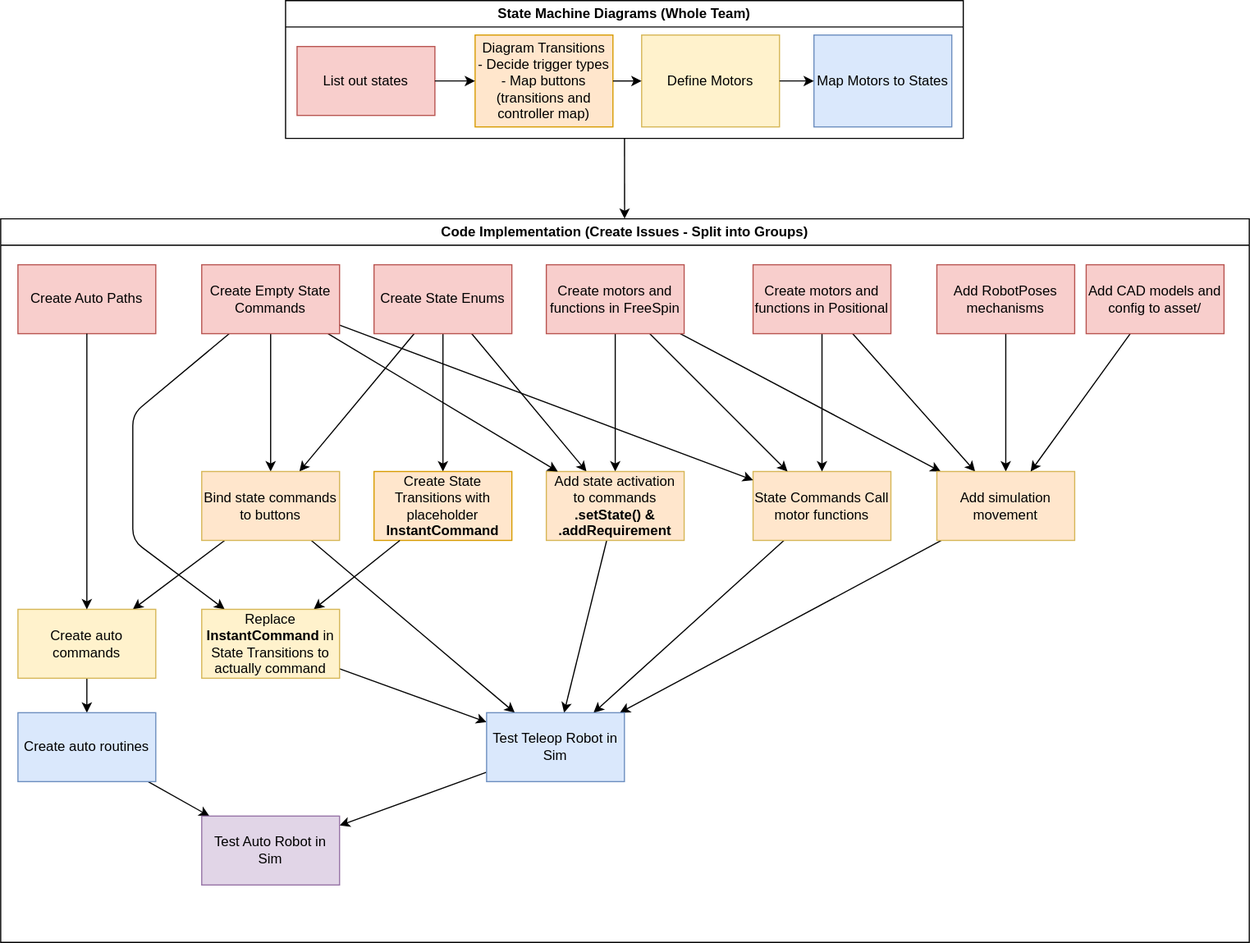
Before: design/program_order.drawio.svg, a diagram exported from draw.io (FRCTeam3255/2026_Offbot_Code). Source tidied: cells renumbered, new cells last; positions are measured from the earlier drawing's top-left corner, leaving out a move shared by most shapes.
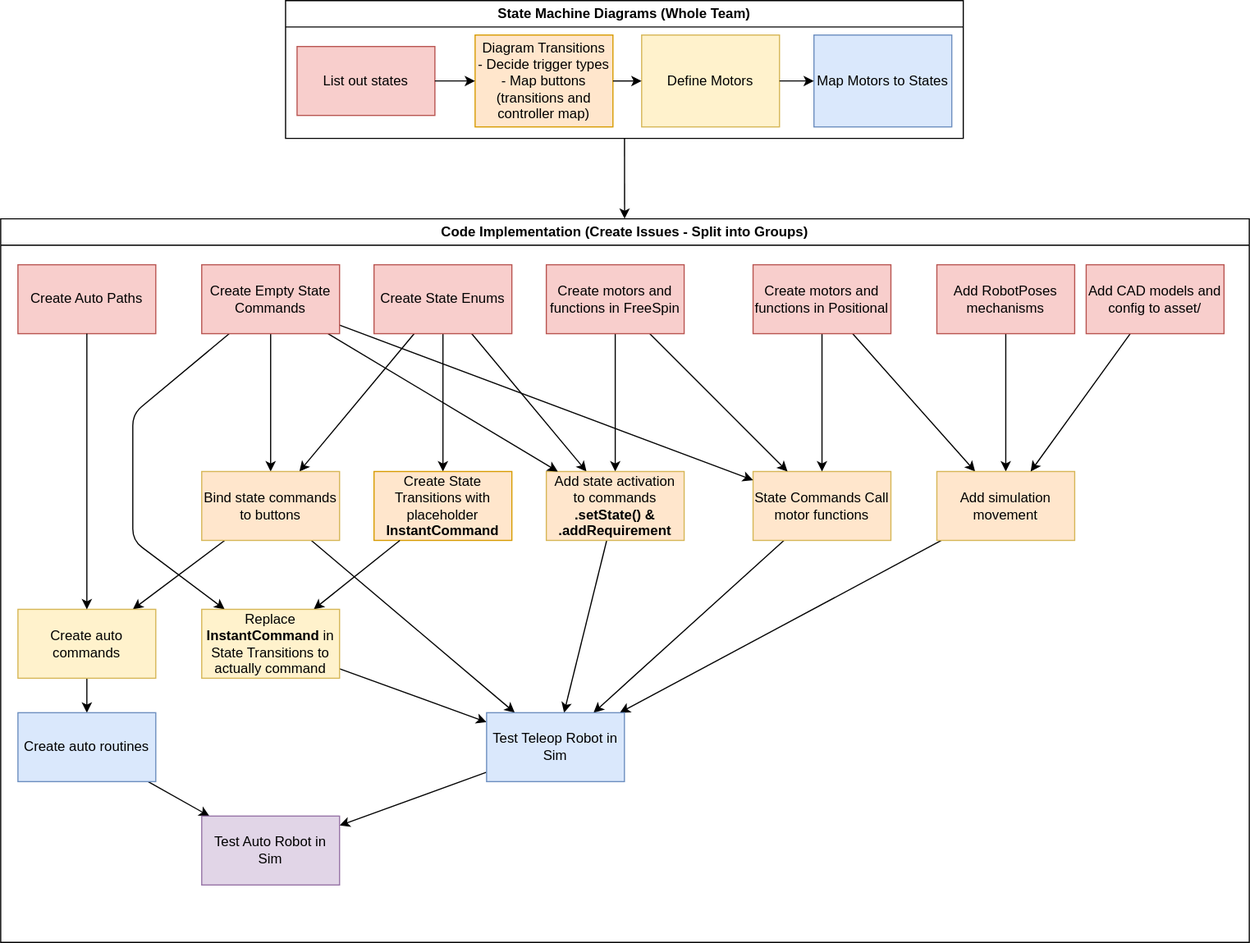
The same diagram one commit later.

Change to the diagram source:
```diff
@@ -62,9 +62,6 @@
     <mxCell id="21" style="edgeStyle=none;html=1;" parent="11" edge="1" source="24" target="20">
       <mxGeometry relative="1" as="geometry" />
     </mxCell>
-    <mxCell id="22" style="edgeStyle=none;html=1;" parent="11" edge="1" source="24" target="34">
-      <mxGeometry relative="1" as="geometry" />
-    </mxCell>
     <mxCell id="23" style="edgeStyle=none;html=1;" parent="11" edge="1" source="24" target="36">
       <mxGeometry relative="1" as="geometry" />
     </mxCell>
```
